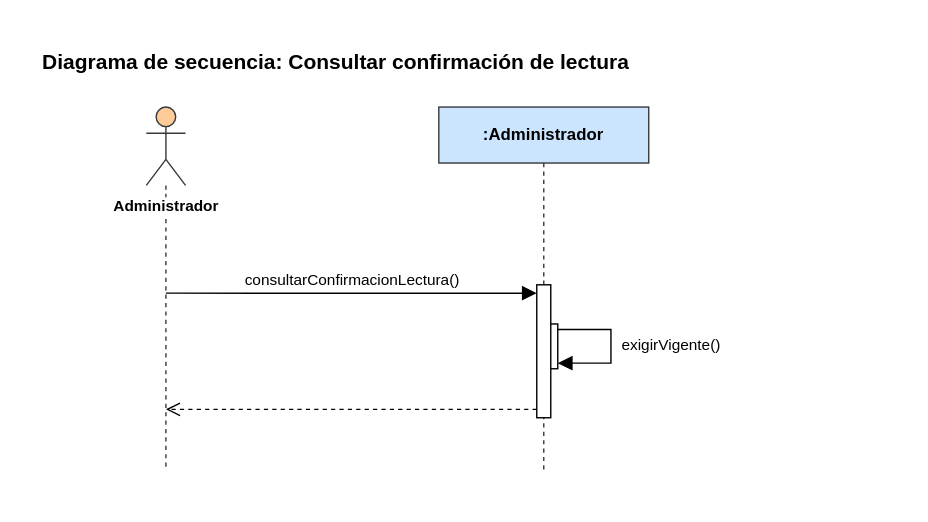
Before: Diagramas/Secuencia/consultar-confirmacion-de-lectura.svg, a diagram exported from draw.io (manuel20051208/HorizontalSoftware-Back-End). Source tidied: cells renumbered, new cells last; positions are measured from the earlier drawing's top-left corner, leaving out a move shared by most shapes.
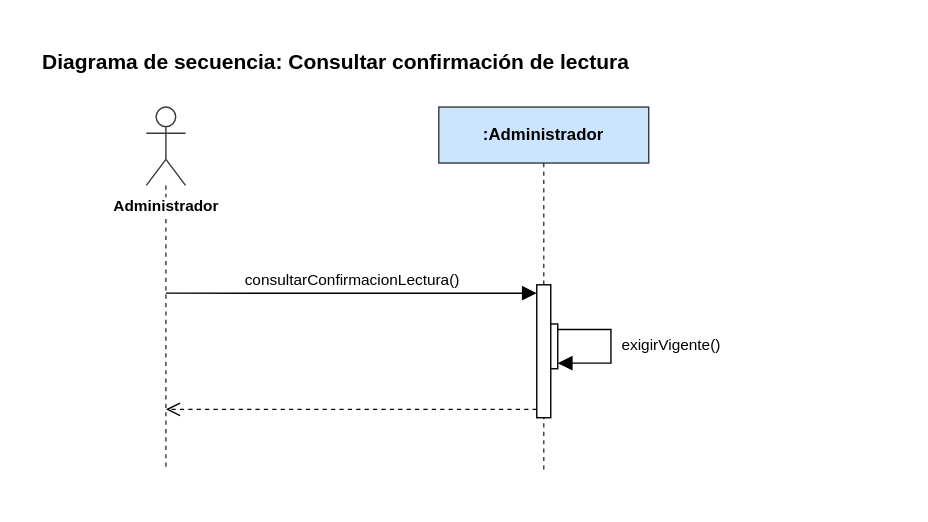
Later version of the same file.

Change to the diagram source:
```diff
@@ -5,7 +5,7 @@
     <mxCell id="2" value="&lt;b&gt;Diagrama de secuencia: Consultar confirmación de lectura&lt;/b&gt;" style="text;html=1;align=left;verticalAlign=top;whiteSpace=wrap;fontSize=15;" parent="1" vertex="1">
       <mxGeometry width="505" height="26" as="geometry" />
     </mxCell>
-    <mxCell id="3" value="Administrador" style="shape=umlLifeline;participant=umlActor;perimeter=lifelinePerimeter;whiteSpace=nowrap;html=1;outlineConnect=0;portConstraint=eastwest;size=56;verticalAlign=top;spacingTop=58;labelBackgroundColor=#ffffff;fontStyle=1;fontSize=11;fillColor=#ffcc99;strokeColor=#36393d;" parent="1" vertex="1">
+    <mxCell id="3" value="Administrador" style="shape=umlLifeline;participant=umlActor;perimeter=lifelinePerimeter;whiteSpace=nowrap;html=1;outlineConnect=0;portConstraint=eastwest;size=56;verticalAlign=top;spacingTop=58;labelBackgroundColor=#ffffff;fontStyle=1;fontSize=11;fillColor=#ffffff;strokeColor=#36393d;" parent="1" vertex="1">
       <mxGeometry x="76" y="48" width="28" height="260" as="geometry" />
     </mxCell>
     <mxCell id="4" value=":Administrador" style="shape=umlLifeline;perimeter=lifelinePerimeter;whiteSpace=wrap;html=1;fillColor=#cce5ff;strokeColor=#36393d;fontStyle=1;fontSize=12;" parent="1" vertex="1">
```
